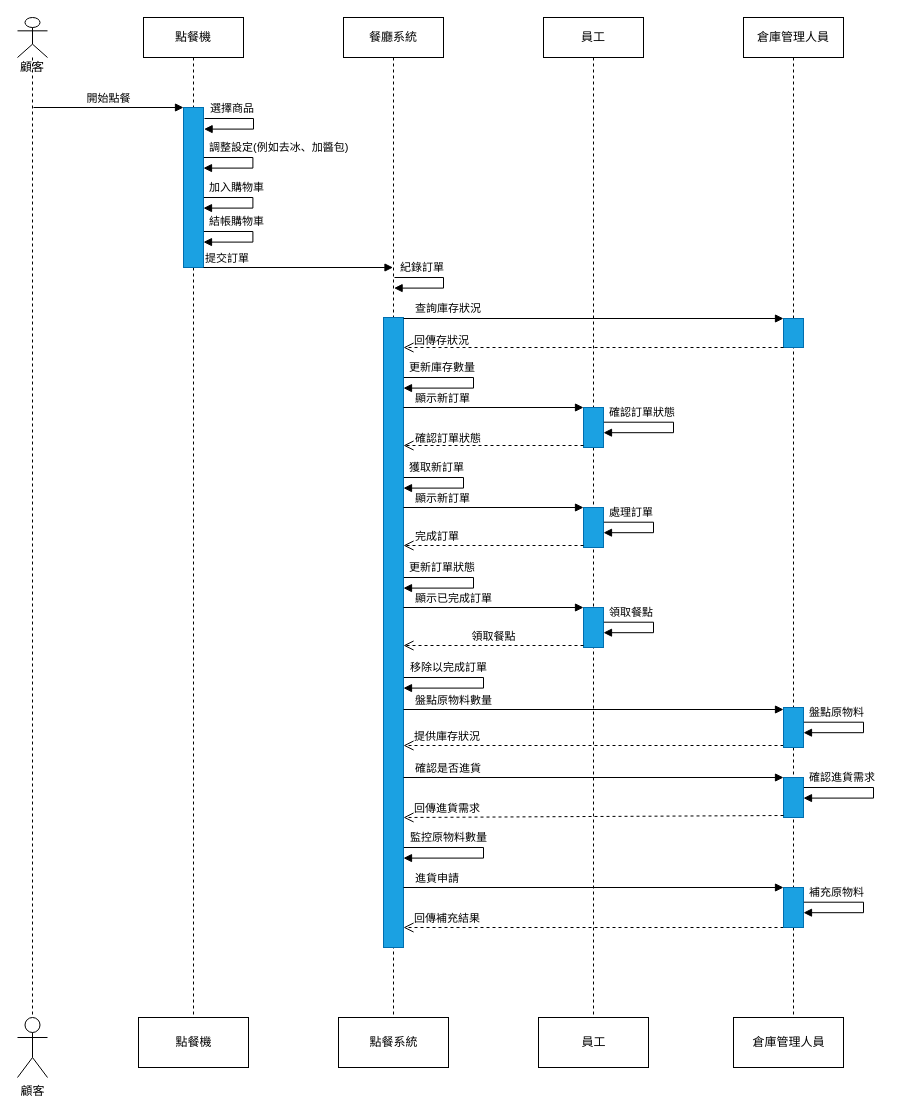
Jennyyyyyyyyyy/newfile keeps this draw.io diagram as page "系統循序圖" (1 of 2) of zaq1.drawio. Above is the earlier version. Source tidied: cells renumbered, new cells numbered last; positions are measured from the earlier drawing's top-left corner, leaving out a move shared by most shapes. Both pictures are drawn from the tidied source at 100%, with x=0, y=0 at pixel (17, 17).
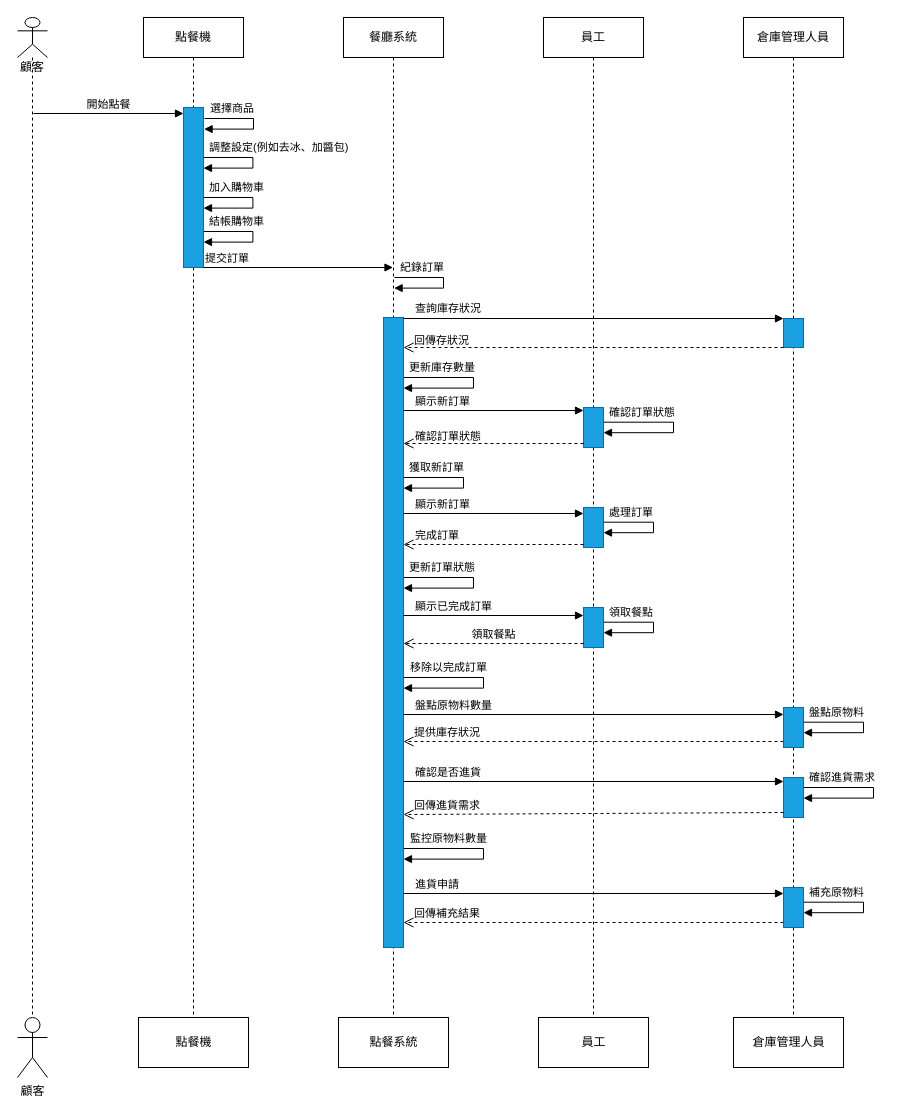
The same page after the edit.

Unchanged cells that the change refers to:
```xml
<mxCell id="10" style="html=1;points=[];perimeter=orthogonalPerimeter;fillColor=#1ba1e2;fontColor=#ffffff;strokeColor=#006EAF;" parent="8" vertex="1">
  <mxGeometry x="40" y="300" width="20" height="630" as="geometry" />
</mxCell>
<mxCell id="11" value="員工" style="shape=umlLifeline;perimeter=lifelinePerimeter;whiteSpace=wrap;html=1;" parent="1" vertex="1">
  <mxGeometry x="526" width="100" height="1000" as="geometry" />
</mxCell>
<mxCell id="12" style="html=1;points=[];perimeter=orthogonalPerimeter;fillColor=#1ba1e2;fontColor=#ffffff;strokeColor=#006EAF;" parent="11" vertex="1">
  <mxGeometry x="40" y="390" width="20" height="40" as="geometry" />
</mxCell>
<mxCell id="14" style="html=1;points=[];perimeter=orthogonalPerimeter;fillColor=#1ba1e2;fontColor=#ffffff;strokeColor=#006EAF;" parent="11" vertex="1">
  <mxGeometry x="40" y="490" width="20" height="40" as="geometry" />
</mxCell>
<mxCell id="18" style="html=1;points=[];perimeter=orthogonalPerimeter;fillColor=#1ba1e2;fontColor=#ffffff;strokeColor=#006EAF;" parent="11" vertex="1">
  <mxGeometry x="40" y="590" width="20" height="40" as="geometry" />
</mxCell>
<mxCell id="27" style="html=1;points=[];perimeter=orthogonalPerimeter;fillColor=#1ba1e2;fontColor=#ffffff;strokeColor=#006EAF;" parent="25" vertex="1">
  <mxGeometry x="40" y="690" width="20" height="40" as="geometry" />
</mxCell>
<mxCell id="28" style="html=1;points=[];perimeter=orthogonalPerimeter;fillColor=#1ba1e2;fontColor=#ffffff;strokeColor=#006EAF;" parent="25" vertex="1">
  <mxGeometry x="40" y="760" width="20" height="40" as="geometry" />
</mxCell>
```

Diff of the diagram source:
```diff
@@
-    <mxCell id="16" value="顯示新訂單" style="html=1;verticalAlign=bottom;endArrow=block;entryX=0;entryY=0;align=left;" parent="11" edge="1" target="14">
+    <mxCell id="16" value="顯示新訂單" style="html=1;verticalAlign=bottom;endArrow=block;entryX=0;entryY=0;align=left;" parent="11" edge="1">
       <mxGeometry x="-0.89" relative="1" as="geometry">
-        <mxPoint x="-140" y="490" as="sourcePoint" />
+        <mxPoint x="-140" y="496" as="sourcePoint" />
+        <mxPoint x="40" y="496" as="targetPoint" />
       </mxGeometry>
     </mxCell>
-    <mxCell id="17" value="完成訂單" style="html=1;verticalAlign=bottom;endArrow=open;dashed=1;endSize=8;exitX=0;exitY=0.95;align=left;" parent="11" edge="1" source="14">
+    <mxCell id="17" value="完成訂單" style="html=1;verticalAlign=bottom;endArrow=open;dashed=1;endSize=8;exitX=0;exitY=0.95;align=left;" parent="11" edge="1">
       <mxGeometry x="0.89" relative="1" as="geometry">
-        <mxPoint x="-140" y="528" as="targetPoint" />
+        <mxPoint x="40" y="527" as="sourcePoint" />
+        <mxPoint x="-140" y="527" as="targetPoint" />
       </mxGeometry>
     </mxCell>
@@
-    <mxCell id="20" value="顯示已完成訂單" style="html=1;verticalAlign=bottom;endArrow=block;entryX=0;entryY=0;align=left;" parent="11" edge="1" target="18">
+    <mxCell id="20" value="顯示已完成訂單" style="html=1;verticalAlign=bottom;endArrow=block;entryX=0;entryY=0;align=left;" parent="11" edge="1">
       <mxGeometry x="-0.89" relative="1" as="geometry">
-        <mxPoint x="-140" y="590" as="sourcePoint" />
+        <mxPoint x="-140" y="598" as="sourcePoint" />
+        <mxPoint x="40" y="598" as="targetPoint" />
       </mxGeometry>
     </mxCell>
-    <mxCell id="21" value="領取餐點" style="html=1;verticalAlign=bottom;endArrow=open;dashed=1;endSize=8;exitX=0;exitY=0.95;" parent="11" edge="1" source="18">
+    <mxCell id="21" value="領取餐點" style="html=1;verticalAlign=bottom;endArrow=open;dashed=1;endSize=8;exitX=0;exitY=0.95;" parent="11" edge="1">
       <mxGeometry relative="1" as="geometry">
-        <mxPoint x="-140" y="628" as="targetPoint" />
+        <mxPoint x="40" y="626" as="sourcePoint" />
+        <mxPoint x="-140" y="626" as="targetPoint" />
       </mxGeometry>
     </mxCell>
     <mxCell id="22" value="盤點原物料數量" style="html=1;verticalAlign=bottom;endArrow=block;entryX=0;entryY=0;align=left;" parent="11" edge="1">
       <mxGeometry x="-0.95" relative="1" as="geometry">
-        <mxPoint x="-140" y="692" as="sourcePoint" />
-        <mxPoint x="240" y="692" as="targetPoint" />
+        <mxPoint x="-140" y="697" as="sourcePoint" />
+        <mxPoint x="240" y="697" as="targetPoint" />
       </mxGeometry>
     </mxCell>
-    <mxCell id="23" value="提供庫存狀況" style="html=1;verticalAlign=bottom;endArrow=open;dashed=1;endSize=8;exitX=0;exitY=0.95;align=left;" parent="11" edge="1" source="27">
+    <mxCell id="23" value="提供庫存狀況" style="html=1;verticalAlign=bottom;endArrow=open;dashed=1;endSize=8;exitX=0;exitY=0.95;align=left;" parent="11" edge="1">
       <mxGeometry x="0.95" relative="1" as="geometry">
-        <mxPoint x="-140" y="728" as="targetPoint" />
+        <mxPoint x="240" y="724" as="sourcePoint" />
+        <mxPoint x="-140" y="724" as="targetPoint" />
       </mxGeometry>
     </mxCell>
     <mxCell id="24" value="回傳補充結果" style="html=1;verticalAlign=bottom;endArrow=open;dashed=1;endSize=8;exitX=0;exitY=0.95;align=left;" parent="11" edge="1">
       <mxGeometry x="0.95" relative="1" as="geometry">
-        <mxPoint x="240" y="910" as="sourcePoint" />
-        <mxPoint x="-140" y="910" as="targetPoint" />
+        <mxPoint x="240" y="905" as="sourcePoint" />
+        <mxPoint x="-140" y="905" as="targetPoint" />
       </mxGeometry>
     </mxCell>
@@
     <mxCell id="31" value="開始點餐" style="html=1;verticalAlign=bottom;endArrow=block;" parent="1" edge="1">
       <mxGeometry relative="1" as="geometry">
-        <mxPoint x="16" y="90" as="sourcePoint" />
-        <mxPoint x="166" y="90" as="targetPoint" />
+        <mxPoint x="16" y="96" as="sourcePoint" />
+        <mxPoint x="166" y="96" as="targetPoint" />
       </mxGeometry>
     </mxCell>
@@
-    <mxCell id="37" value="顯示新訂單" style="html=1;verticalAlign=bottom;endArrow=block;entryX=0;entryY=0;align=left;" parent="1" edge="1" target="12">
+    <mxCell id="37" value="顯示新訂單" style="html=1;verticalAlign=bottom;endArrow=block;entryX=0;entryY=0;align=left;" parent="1" edge="1">
       <mxGeometry x="-0.89" relative="1" as="geometry">
-        <mxPoint x="386" y="390" as="sourcePoint" />
+        <mxPoint x="386" y="393" as="sourcePoint" />
+        <mxPoint x="566" y="393" as="targetPoint" />
       </mxGeometry>
     </mxCell>
-    <mxCell id="38" value="確認訂單狀態" style="html=1;verticalAlign=bottom;endArrow=open;dashed=1;endSize=8;exitX=0;exitY=0.95;align=left;" parent="1" edge="1" source="12" target="10">
-      <mxGeometry x="0.89" y="2" relative="1" as="geometry" />
+    <mxCell id="38" value="確認訂單狀態" style="html=1;verticalAlign=bottom;endArrow=open;dashed=1;endSize=8;exitX=0;exitY=0.95;align=left;" parent="1" edge="1">
+      <mxGeometry x="0.89" y="2" relative="1" as="geometry">
+        <mxPoint x="566" y="426" as="sourcePoint" />
+        <mxPoint x="386" y="426" as="targetPoint" />
+      </mxGeometry>
     </mxCell>
@@
-    <mxCell id="42" value="確認是否進貨" style="html=1;verticalAlign=bottom;endArrow=block;entryX=0;entryY=0;align=left;" parent="1" edge="1" source="10" target="28">
-      <mxGeometry x="-0.95" relative="1" as="geometry" />
+    <mxCell id="42" value="確認是否進貨" style="html=1;verticalAlign=bottom;endArrow=block;entryX=0;entryY=0;align=left;" parent="1" edge="1">
+      <mxGeometry x="-0.95" relative="1" as="geometry">
+        <mxPoint x="386" y="764" as="sourcePoint" />
+        <mxPoint x="766" y="764" as="targetPoint" />
+      </mxGeometry>
     </mxCell>
-    <mxCell id="43" value="回傳進貨需求" style="html=1;verticalAlign=bottom;endArrow=open;dashed=1;endSize=8;exitX=0;exitY=0.95;align=left;" parent="1" edge="1" source="28">
+    <mxCell id="43" value="回傳進貨需求" style="html=1;verticalAlign=bottom;endArrow=open;dashed=1;endSize=8;exitX=0;exitY=0.95;align=left;" parent="1" edge="1">
       <mxGeometry x="0.95" relative="1" as="geometry">
-        <mxPoint x="386" y="800" as="targetPoint" />
+        <mxPoint x="766" y="795" as="sourcePoint" />
+        <mxPoint x="386" y="797" as="targetPoint" />
       </mxGeometry>
     </mxCell>
     <mxCell id="44" value="進貨申請" style="html=1;verticalAlign=bottom;endArrow=block;entryX=0;entryY=0;align=left;" parent="1" edge="1">
       <mxGeometry x="-0.95" relative="1" as="geometry">
-        <mxPoint x="386" y="870" as="sourcePoint" />
-        <mxPoint x="766" y="870" as="targetPoint" />
+        <mxPoint x="386" y="876" as="sourcePoint" />
+        <mxPoint x="766" y="876" as="targetPoint" />
       </mxGeometry>
     </mxCell>
@@
     <mxCell id="47" value="監控原物料數量" style="edgeStyle=orthogonalEdgeStyle;html=1;align=left;spacingLeft=2;endArrow=block;rounded=0;entryX=1.031;entryY=0.382;entryDx=0;entryDy=0;entryPerimeter=0;verticalAlign=bottom;" parent="1" edge="1">
       <mxGeometry x="-0.97" y="1" relative="1" as="geometry">
-        <mxPoint x="386.4" y="830" as="sourcePoint" />
-        <mxPoint x="386" y="840.6" as="targetPoint" />
+        <mxPoint x="386.4" y="831" as="sourcePoint" />
+        <mxPoint x="386" y="841.6" as="targetPoint" />
         <Array as="points">
-          <mxPoint x="466" y="830" />
-          <mxPoint x="466" y="841" />
+          <mxPoint x="466" y="831" />
+          <mxPoint x="466" y="842" />
         </Array>
       </mxGeometry>
     </mxCell>
```
